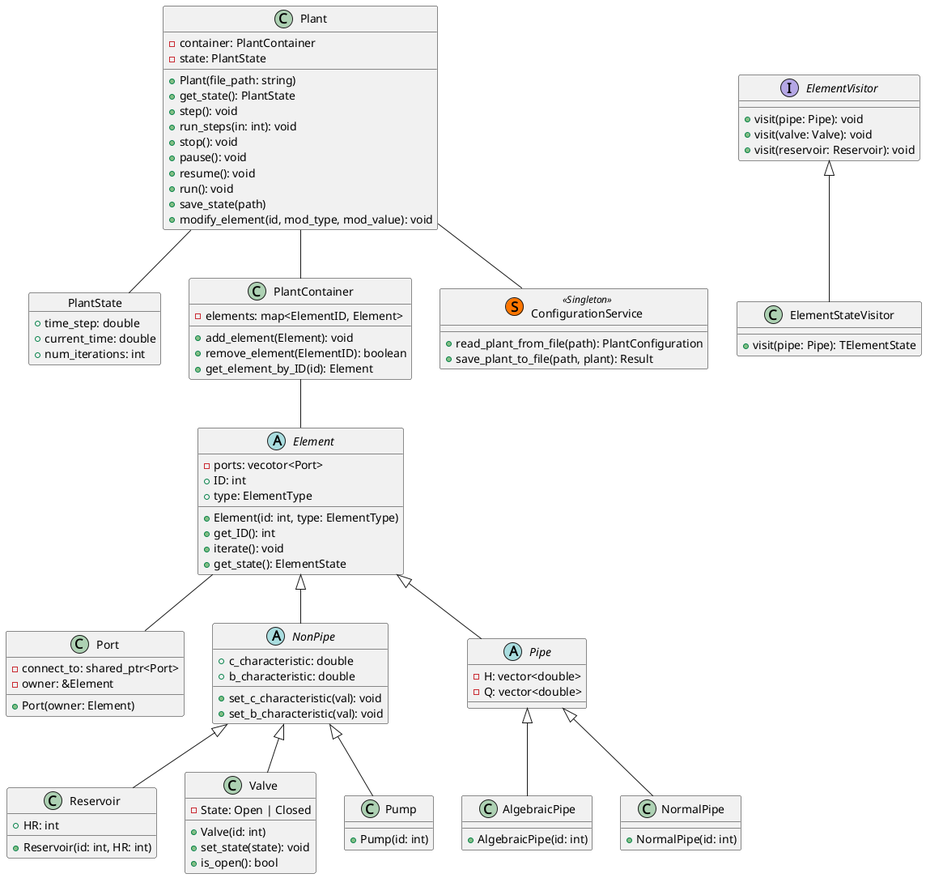
Above: assets/system_architecture.png in LVTrans/LVTransCore (PlantUML), before the change.
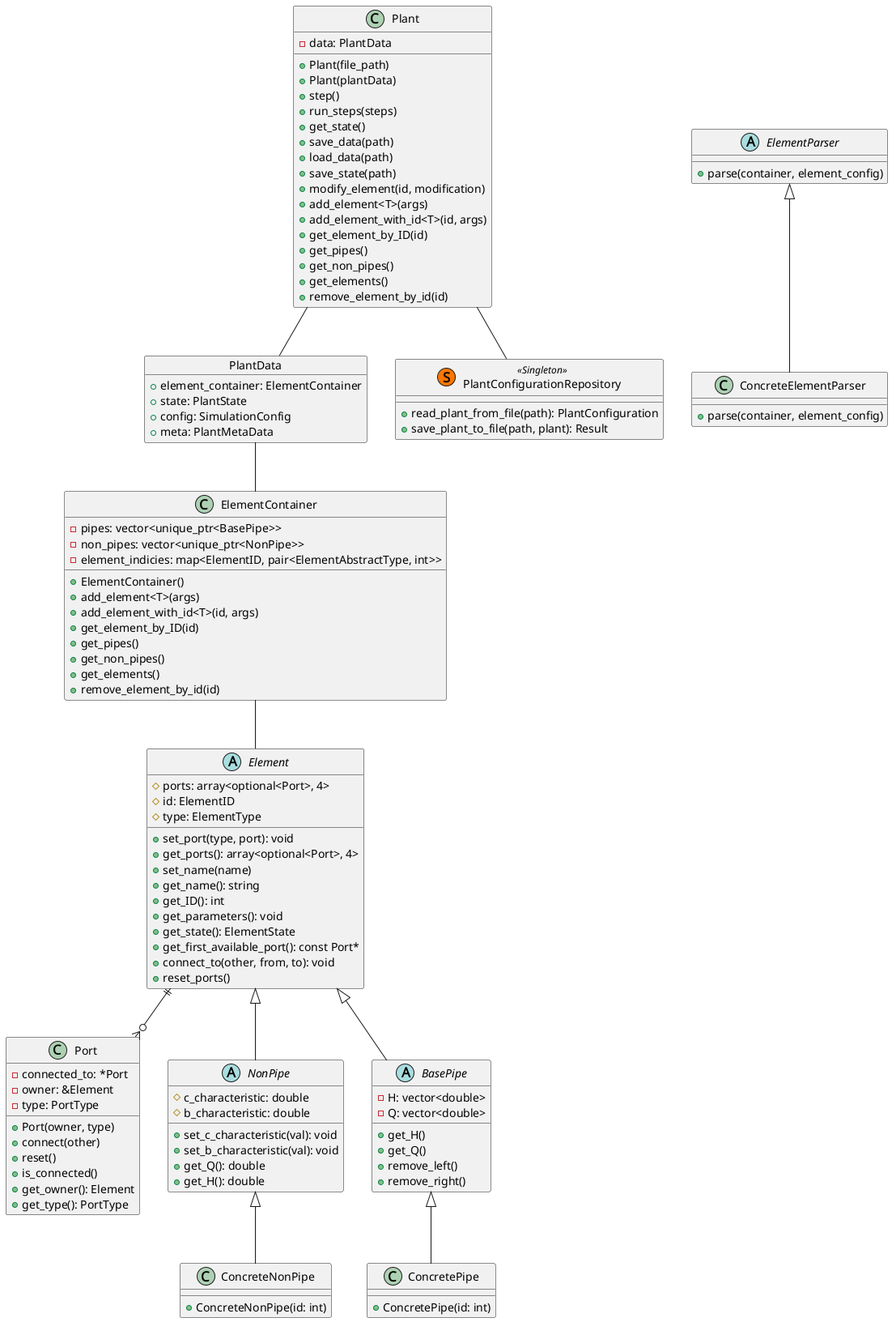
The same diagram one commit later.

What changed in the source:
```diff
@@ -1,126 +1,137 @@
 @startuml
 
 class Port {
-  + Port(owner: Element)
-  - connect_to: shared_ptr<Port>
+  + Port(owner, type)
+  + connect(other)
+  + reset()
+  + is_connected()
+  + get_owner(): Element
+  + get_type(): PortType
+  - connected_to: *Port
   - owner: &Element
+  - type: PortType
 }
 
 abstract class Element {
-  + Element(id: int, type: ElementType)
-  - ports: vecotor<Port>
-  + ID: int
-  + type: ElementType
+  # ports: array<optional<Port>, 4>
+  # id: ElementID
+  # type: ElementType
+  + set_port(type, port): void
+  + get_ports(): array<optional<Port>, 4>
+  + set_name(name)
+  + get_name(): string
   + get_ID(): int
-  + iterate(): void
+  + get_parameters(): void
   + get_state(): ElementState
+  + get_first_available_port(): const Port*
+  + connect_to(other, from, to): void
+  + reset_ports()
+
 }
 
 abstract class NonPipe {
-  + c_characteristic: double
-  + b_characteristic: double
+  # c_characteristic: double
+  # b_characteristic: double
   + set_c_characteristic(val): void
   + set_b_characteristic(val): void
+  + get_Q(): double
+  + get_H(): double
 
 }
 
-abstract class Pipe {
+abstract class BasePipe {
   - H: vector<double>
   - Q: vector<double>
+  + get_H()
+  + get_Q()
+  + remove_left()
+  + remove_right()
 }
 
-class Reservoir {
-  + Reservoir(id: int, HR: int)
-  + HR: int
+class ConcreteNonPipe  {
+  + ConcreteNonPipe(id: int)
 }
 
-class Valve {
-  - State: Open | Closed
-  + Valve(id: int)
-  + set_state(state): void
-  + is_open(): bool
-}
-
-class Pump {
-  + Pump(id: int)
-}
-
-class AlgebraicPipe {
-  + AlgebraicPipe(id: int)
-}
-
-class NormalPipe {
-  + NormalPipe(id: int)
+class ConcretePipe {
+  + ConcretePipe(id: int)
 }
 
 
-interface ElementVisitor {
-  + visit(pipe: Pipe): void
-  + visit(valve: Valve): void
-  + visit(reservoir: Reservoir): void
+class Plant {
+  - data: PlantData
+  + Plant(file_path)
+  + Plant(plantData)
+  + step()
+  + run_steps(steps)
+  + get_state()
+  + save_data(path)
+  + load_data(path)
+  + save_state(path)
+  + modify_element(id, modification)
+  + add_element<T>(args)
+  + add_element_with_id<T>(id, args)
+  + get_element_by_ID(id)
+  + get_pipes()
+  + get_non_pipes()
+  + get_elements()
+  + remove_element_by_id(id)
 }
 
 
-class ElementStateVisitor {
-  + visit(pipe: Pipe): TElementState
-}
-
-class Plant {
-  - container: PlantContainer
-  - state: PlantState
-  + Plant(file_path: string)
-  + get_state(): PlantState
-  + step(): void
-  + run_steps(in: int): void
-  + stop(): void
-  + pause(): void
-  + resume(): void
-  + run(): void
-  + save_state(path)
-  + modify_element(id, mod_type, mod_value): void
+object PlantData {
+  + element_container: ElementContainer
+  + state: PlantState
+  + config: SimulationConfig
+  + meta: PlantMetaData
 }
 
 
-object PlantState {
-  + time_step: double
-  + current_time: double
-  + num_iterations: int
+class ElementContainer {
+  - pipes: vector<unique_ptr<BasePipe>>
+  - non_pipes: vector<unique_ptr<NonPipe>>
+  - element_indicies: map<ElementID, pair<ElementAbstractType, int>>
+  + ElementContainer()
+  + add_element<T>(args)
+  + add_element_with_id<T>(id, args)
+  + get_element_by_ID(id)
+  + get_pipes()
+  + get_non_pipes()
+  + get_elements()
+  + remove_element_by_id(id)
 }
 
 
-class PlantContainer {
-  - elements: map<ElementID, Element>
-  + add_element(Element): void
-  + remove_element(ElementID): boolean
-  + get_element_by_ID(id): Element
+class PlantConfigurationRepository << (S,#FF7700) Singleton >> {
+  + read_plant_from_file(path): PlantConfiguration
+  + save_plant_to_file(path, plant): Result
 }
 
+abstract class ElementParser {
+  + parse(container, element_config)
+}
 
-class ConfigurationService << (S,#FF7700) Singleton >> {
-  + read_plant_from_file(path): PlantConfiguration
-  + save_plant_to_file(path, plant): Result
+class ConcreteElementParser {
+  + parse(container, element_config)
 }
 
 
 
 
-ElementVisitor <|-- ElementStateVisitor
-Plant -- PlantState
+Plant -- PlantData
 
 Element <|-- NonPipe
-Element <|-- Pipe
-Element -- Port
+Element <|-- BasePipe
+Element ||--o{ Port
 
-NonPipe <|-- Reservoir
-NonPipe <|-- Valve
-NonPipe <|-- Pump
+NonPipe <|-- ConcreteNonPipe
+BasePipe <|-- ConcretePipe
 
-Pipe <|-- AlgebraicPipe
-Pipe <|-- NormalPipe
+ElementParser <|-- ConcreteElementParser
 
-PlantContainer -- Element
 
-Plant -- PlantContainer
-Plant -- ConfigurationService
+ElementContainer -- Element
+
+PlantData -- ElementContainer
+Plant -- PlantConfigurationRepository
 
 @enduml
```
